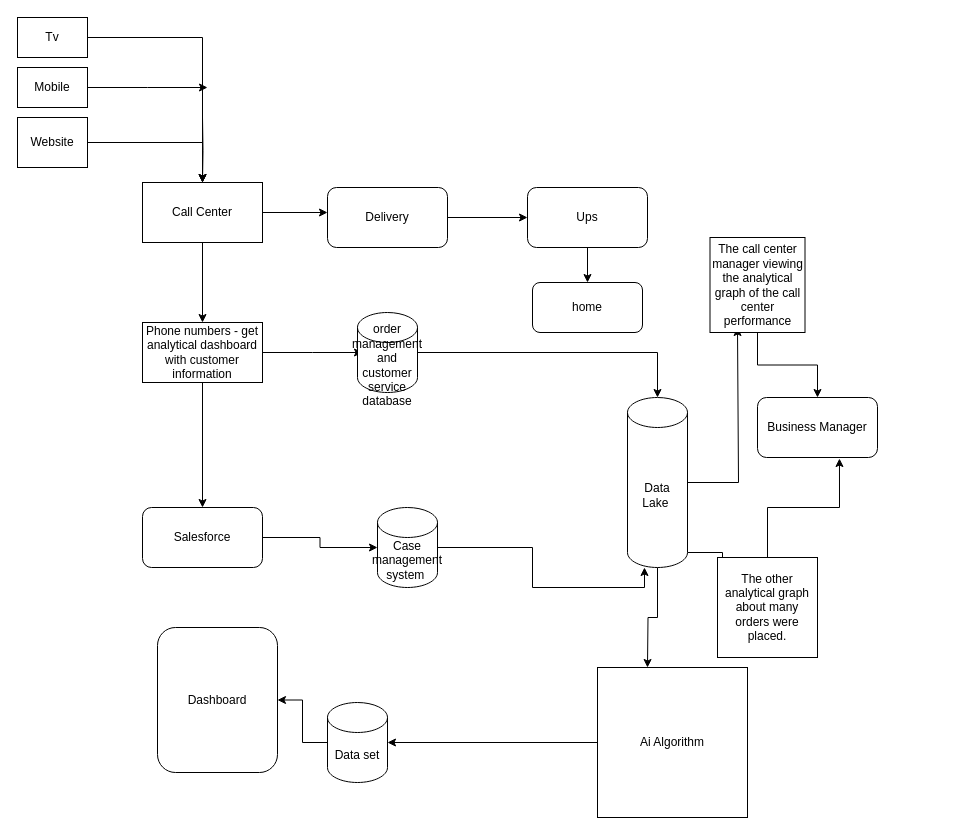
The draw.io diagram page "Page-1" (1 of 2) of YOLO-CoreML/YOLO-CoreML/Untitled Diagram.drawio in Ofarooqisawesome/YOLO-CoreML, before the edit. Source tidied: cells renumbered, new cells numbered last; positions are measured from the earlier drawing's top-left corner, leaving out a move shared by most shapes. Both pictures are drawn from the tidied source at 100%, with x=0, y=0 at pixel (17, 17).
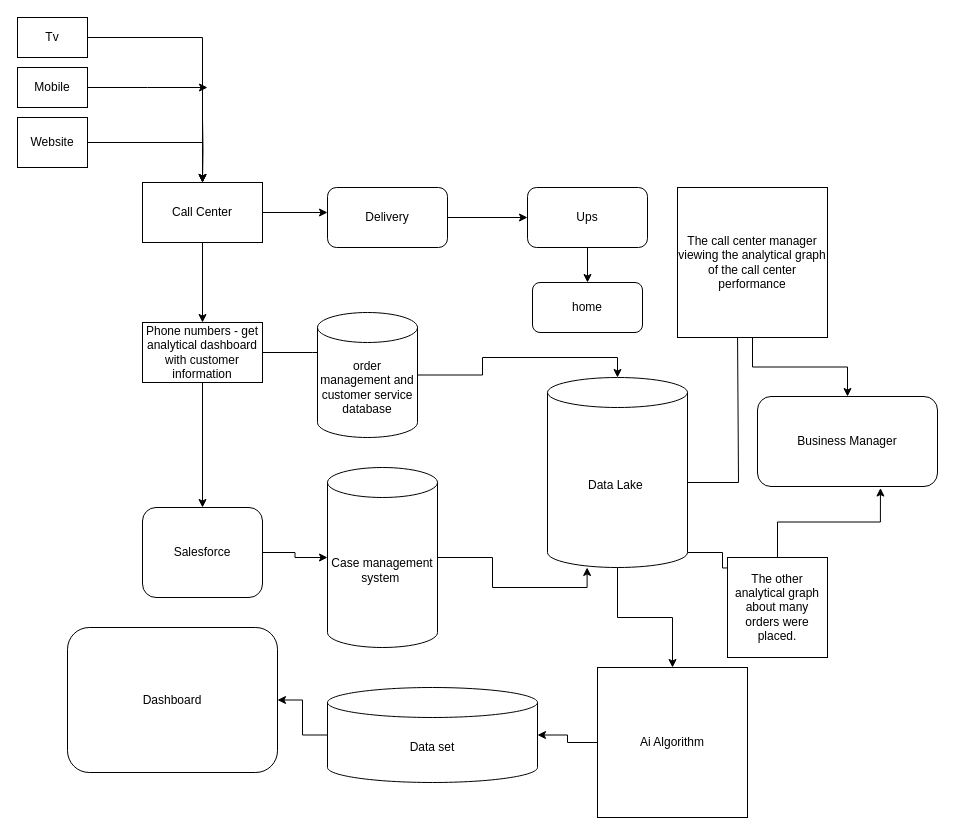
The same page after the edit.

Unchanged cells that the change refers to:
```xml
<mxCell id="36" value="Ai Algorithm" style="whiteSpace=wrap;html=1;" parent="1" vertex="1">
  <mxGeometry x="580" y="650" width="150" height="150" as="geometry" />
</mxCell>
```

Diff of the diagram source:
```diff
@@
     <mxCell id="15" value="order management and customer service database" style="shape=cylinder3;whiteSpace=wrap;html=1;boundedLbl=1;backgroundOutline=1;size=15;" parent="1" vertex="1">
-      <mxGeometry x="340" y="295" width="60" height="80" as="geometry" />
+      <mxGeometry x="300" y="295" width="100" height="125" as="geometry" />
     </mxCell>
@@
     <mxCell id="17" value="Salesforce" style="rounded=1;whiteSpace=wrap;html=1;" parent="1" vertex="1">
-      <mxGeometry x="125" y="490" width="120" height="60" as="geometry" />
+      <mxGeometry x="125" y="490" width="120" height="90" as="geometry" />
     </mxCell>
     <mxCell id="18" value="Case management system&amp;nbsp;" style="shape=cylinder3;whiteSpace=wrap;html=1;boundedLbl=1;backgroundOutline=1;size=15;" parent="1" vertex="1">
-      <mxGeometry x="360" y="490" width="60" height="80" as="geometry" />
+      <mxGeometry x="310" y="450" width="110" height="180" as="geometry" />
     </mxCell>
@@
-    <mxCell id="21" style="edgeStyle=orthogonalEdgeStyle;rounded=0;jettySize=auto;html=1;" parent="1" edge="1" source="22">
-      <mxGeometry relative="1" as="geometry">
-        <mxPoint x="630" y="650" as="targetPoint" />
-      </mxGeometry>
+    <mxCell id="21" style="edgeStyle=orthogonalEdgeStyle;rounded=0;jettySize=auto;html=1;" parent="1" edge="1" source="22" target="36">
+      <mxGeometry relative="1" as="geometry" />
     </mxCell>
     <mxCell id="22" value="Data Lake&amp;nbsp;" style="shape=cylinder3;whiteSpace=wrap;html=1;boundedLbl=1;backgroundOutline=1;size=15;" parent="1" vertex="1">
-      <mxGeometry x="610" y="380" width="60" height="170" as="geometry" />
+      <mxGeometry x="530" y="360" width="140" height="190" as="geometry" />
     </mxCell>
@@
     <mxCell id="26" value="The call center manager viewing the analytical graph of the call center performance" style="whiteSpace=wrap;html=1;" parent="1" vertex="1">
-      <mxGeometry x="692.5" y="220" width="95" height="95" as="geometry" />
+      <mxGeometry x="660" y="170" width="150" height="150" as="geometry" />
     </mxCell>
     <mxCell id="27" value="The other analytical graph about many orders were placed." style="whiteSpace=wrap;html=1;" parent="1" vertex="1">
-      <mxGeometry x="700" y="540" width="100" height="100" as="geometry" />
+      <mxGeometry x="710" y="540" width="100" height="100" as="geometry" />
     </mxCell>
     <mxCell id="28" value="Business Manager" style="rounded=1;whiteSpace=wrap;html=1;" parent="1" vertex="1">
-      <mxGeometry x="740" y="380" width="120" height="60" as="geometry" />
+      <mxGeometry x="740" y="379" width="180" height="90" as="geometry" />
     </mxCell>
@@
     <mxCell id="38" value="Data set" style="shape=cylinder3;whiteSpace=wrap;html=1;boundedLbl=1;backgroundOutline=1;size=15;" parent="1" vertex="1">
-      <mxGeometry x="310" y="685" width="60" height="80" as="geometry" />
+      <mxGeometry x="310" y="670" width="210" height="95" as="geometry" />
     </mxCell>
     <mxCell id="39" value="Dashboard" style="rounded=1;whiteSpace=wrap;html=1;" parent="1" vertex="1">
-      <mxGeometry x="140" y="610" width="120" height="145" as="geometry" />
+      <mxGeometry x="50" y="610" width="210" height="145" as="geometry" />
     </mxCell>
```
